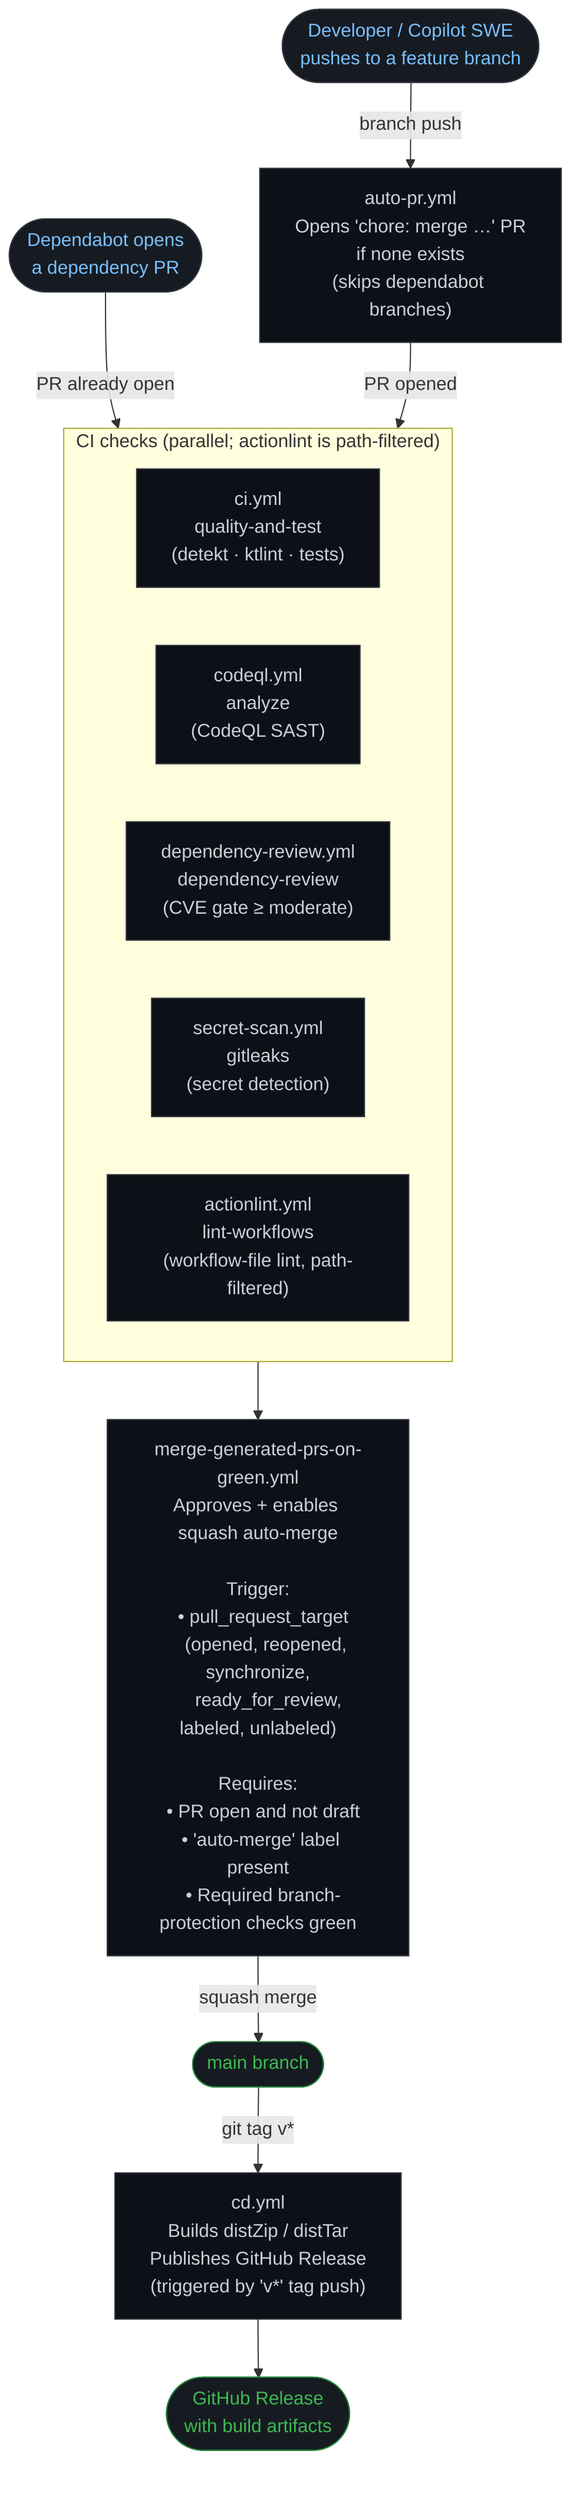
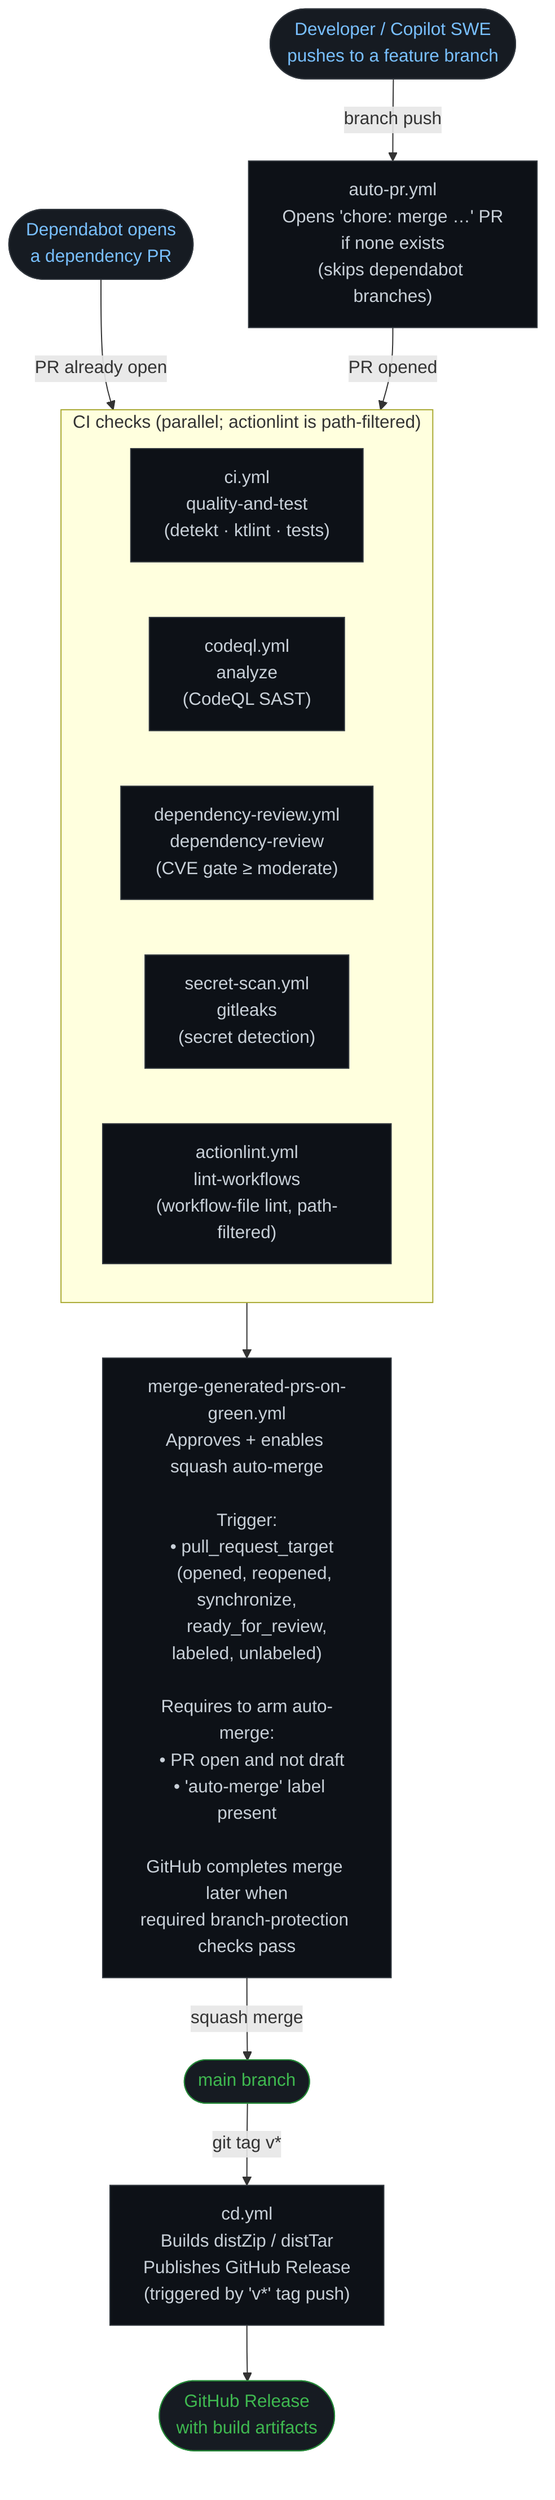
```mermaid
flowchart TD
    %% ── Entry points ──────────────────────────────────────────────────────────
    DEV([Developer / Copilot SWE\npushes to a feature branch])
    DEP([Dependabot opens\na dependency PR])

    %% ── Automation ────────────────────────────────────────────────────────────
    AUTO_PR["auto-pr.yml\nOpens 'chore: merge …' PR\nif none exists\n(skips dependabot branches)"]

    %% ── Required CI checks ────────────────────────────────────────────────────
    subgraph CI ["CI checks (parallel; actionlint is path-filtered)"]
        direction LR
        CI_JOB["ci.yml\nquality-and-test\n(detekt · ktlint · tests)"]
        CODEQL["codeql.yml\nanalyze\n(CodeQL SAST)"]
        DEPREVIEW["dependency-review.yml\ndependency-review\n(CVE gate ≥ moderate)"]
        SECRET["secret-scan.yml\ngitleaks\n(secret detection)"]
        ACTIONLINT["actionlint.yml\nlint-workflows\n(workflow-file lint, path-filtered)"]
    end

    %% ── Merge ─────────────────────────────────────────────────────────────────
-     MERGE["merge-generated-prs-on-green.yml\nApproves + enables squash auto-merge\n\nTrigger:\n  • pull_request_target\n    (opened, reopened, synchronize,\n     ready_for_review, labeled, unlabeled)\n\nRequires:\n  • PR open and not draft\n  • 'auto-merge' label present\n  • Required branch-protection checks green"]
+     MERGE["merge-generated-prs-on-green.yml\nApproves + enables squash auto-merge\n\nTrigger:\n  • pull_request_target\n    (opened, reopened, synchronize,\n     ready_for_review, labeled, unlabeled)\n\nRequires to arm auto-merge:\n  • PR open and not draft\n  • 'auto-merge' label present\n\nGitHub completes merge later when\nrequired branch-protection checks pass"]

    %% ── CD ────────────────────────────────────────────────────────────────────
    MAIN([main branch])
    CD["cd.yml\nBuilds distZip / distTar\nPublishes GitHub Release\n(triggered by 'v*' tag push)"]
    RELEASE([GitHub Release\nwith build artifacts])

    %% ── Flow ──────────────────────────────────────────────────────────────────
    DEV -->|branch push| AUTO_PR
    DEP -->|PR already open| CI

    AUTO_PR -->|PR opened| CI
    CI --> MERGE

    MERGE -->|squash merge| MAIN

    MAIN -->|git tag v*| CD
    CD --> RELEASE

    %% ── Styling ───────────────────────────────────────────────────────────────
    classDef workflow fill:#0d1117,stroke:#30363d,color:#c9d1d9
    classDef actor    fill:#161b22,stroke:#30363d,color:#79c0ff,shape:stadium
    classDef external fill:#161b22,stroke:#238636,color:#3fb950,shape:stadium

    class AUTO_PR,CI_JOB,CODEQL,DEPREVIEW,SECRET,ACTIONLINT,MERGE,CD workflow
    class DEV,DEP actor
    class MAIN,RELEASE external
```
